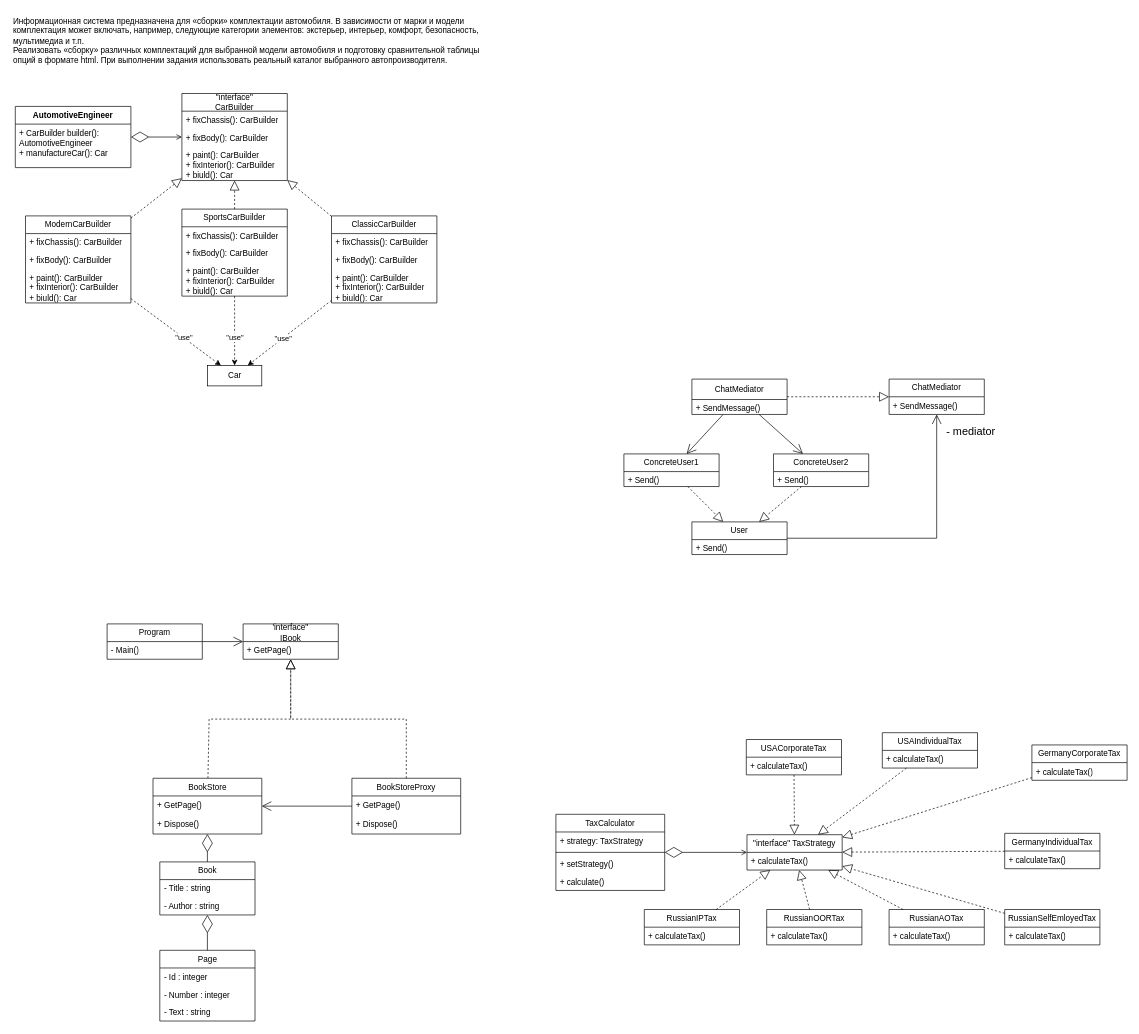
Above: page "2 семестр" (2 of 3) of fist.lab.drawio in veradel/BEAUTY_GLAMOUR_932220 (draw.io), before the change. Source tidied: cells renumbered, new cells numbered last; positions are measured from the earlier drawing's top-left corner, leaving out a move shared by most shapes. Both pictures are drawn from the tidied source at 68%, with x=0, y=0 at pixel (12, 12).
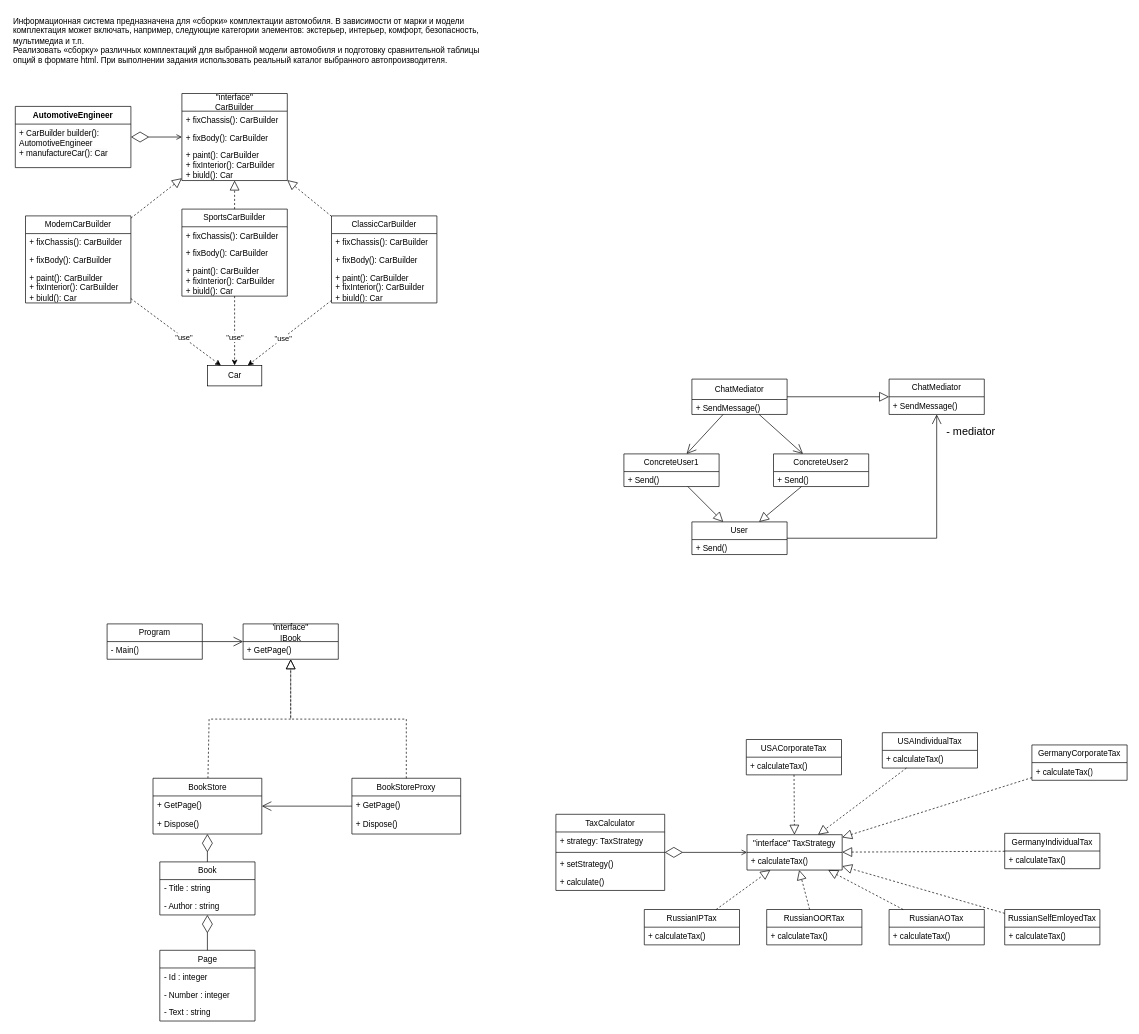
The same page after the edit.

Unchanged cells that the change refers to:
```xml
<mxCell id="55" value="ChatMediator" style="swimlane;fontStyle=0;horizontal=1;startSize=26;fillColor=none;whiteSpace=wrap;html=1;" parent="1" vertex="1">
  <mxGeometry x="1290" y="540" width="140" height="52" as="geometry" />
</mxCell>
<mxCell id="58" value="ConcreteUser1" style="swimlane;fontStyle=0;horizontal=1;startSize=26;fillColor=none;whiteSpace=wrap;html=1;" parent="1" vertex="1">
  <mxGeometry x="900" y="650" width="140" height="48" as="geometry" />
</mxCell>
<mxCell id="60" value="ConcreteUser2" style="swimlane;fontStyle=0;horizontal=1;startSize=26;fillColor=none;whiteSpace=wrap;html=1;" parent="1" vertex="1">
  <mxGeometry x="1120" y="650" width="140" height="48" as="geometry" />
</mxCell>
<mxCell id="98" value="ChatMediator" style="swimlane;fontStyle=0;horizontal=1;startSize=30;fillColor=none;whiteSpace=wrap;html=1;" parent="1" vertex="1">
  <mxGeometry x="1000" y="540" width="140" height="52" as="geometry" />
</mxCell>
<mxCell id="100" value="User" style="swimlane;fontStyle=0;horizontal=1;startSize=26;fillColor=none;whiteSpace=wrap;html=1;" parent="1" vertex="1">
  <mxGeometry x="1000" y="750" width="140" height="48" as="geometry" />
</mxCell>
```

What changed in the source:
```diff
@@
-    <mxCell id="57" style="endArrow=block;endFill=0;endSize=12;html=1;rounded=0;dashed=1;" parent="1" edge="1" source="98" target="55">
+    <mxCell id="57" style="endArrow=block;endFill=0;endSize=12;html=1;rounded=0;" parent="1" edge="1" source="98" target="55">
       <mxGeometry relative="1" as="geometry" />
     </mxCell>
@@
-    <mxCell id="62" style="endArrow=block;endFill=0;endSize=12;html=1;rounded=0;dashed=1;" parent="1" edge="1" source="58" target="100">
+    <mxCell id="62" style="endArrow=block;endFill=0;endSize=12;html=1;rounded=0;" parent="1" edge="1" source="58" target="100">
       <mxGeometry relative="1" as="geometry" />
     </mxCell>
-    <mxCell id="63" style="endArrow=block;endFill=0;endSize=12;html=1;rounded=0;dashed=1;" parent="1" edge="1" source="60" target="100">
+    <mxCell id="63" style="endArrow=block;endFill=0;endSize=12;html=1;rounded=0;" parent="1" edge="1" source="60" target="100">
       <mxGeometry relative="1" as="geometry" />
     </mxCell>
```
